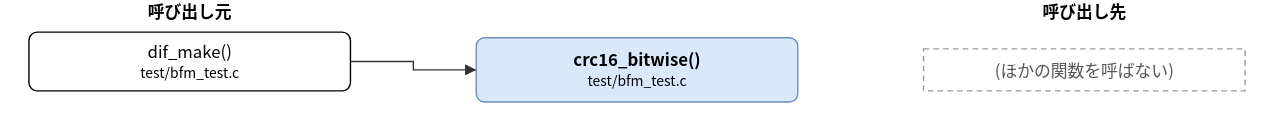
Earlier version of the draw.io export doc/spec/images/call_test_bfm_test-crc16_bitwise.drawio.svg (hf355051012-ai/bfmem). Source tidied: cells renumbered, new cells last; positions are measured from the earlier drawing's top-left corner, leaving out a move shared by most shapes.
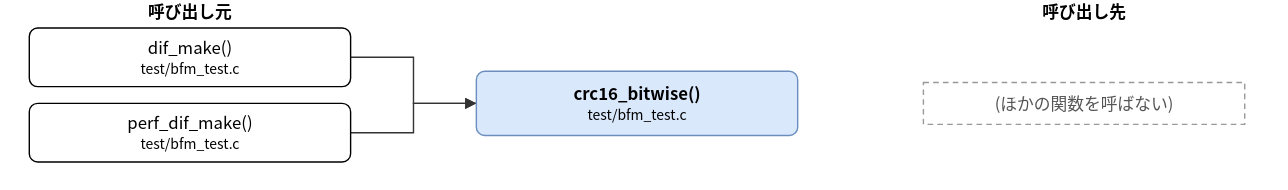
After the commit.

The edit, as a diff of the source:
```diff
@@ -3,22 +3,33 @@
     <mxCell id="0" />
     <mxCell id="1" parent="0" />
     <mxCell id="2" value="crc16_bitwise()&lt;br&gt;&lt;font style=&quot;font-size:10px&quot;&gt;test/bfm_test.c&lt;/font&gt;" style="rounded=1;whiteSpace=wrap;html=1;fillColor=#dae8fc;strokeColor=#6c8ebf;fontStyle=1;" parent="1" vertex="1">
-      <mxGeometry x="320" y="27" width="230" height="46" as="geometry" />
+      <mxGeometry x="320" y="51" width="230" height="46" as="geometry" />
     </mxCell>
     <mxCell id="3" value="dif_make()&lt;br&gt;&lt;font style=&quot;font-size:10px&quot;&gt;test/bfm_test.c&lt;/font&gt;" style="rounded=1;whiteSpace=wrap;html=1;" parent="1" vertex="1">
-      <mxGeometry y="23" width="230" height="42" as="geometry" />
+      <mxGeometry y="20" width="230" height="42" as="geometry" />
     </mxCell>
+    <mxCell id="8" value="perf_dif_make()&lt;br&gt;&lt;font style=&quot;font-size:10px&quot;&gt;test/bfm_test.c&lt;/font&gt;" style="rounded=1;whiteSpace=wrap;html=1;" parent="1" vertex="1">
+      <mxGeometry y="74" width="230" height="42" as="geometry" />
+    </mxCell>
     <mxCell id="4" value="(ほかの関数を呼ばない)" style="rounded=0;whiteSpace=wrap;html=1;dashed=1;strokeColor=#999999;fontColor=#555555;dashed=1;" parent="1" vertex="1">
-      <mxGeometry x="640" y="35" width="230" height="30" as="geometry" />
+      <mxGeometry x="640" y="59" width="230" height="30" as="geometry" />
     </mxCell>
     <mxCell id="5" style="edgeStyle=none;html=1;rounded=0;endArrow=block;endFill=1;exitX=1.0000;exitY=0.5000;exitDx=0;exitDy=0;exitPerimeter=0;entryX=0.0000;entryY=0.5000;entryDx=0;entryDy=0;entryPerimeter=0;" parent="1" edge="1" source="3" target="2">
       <mxGeometry relative="1" as="geometry">
         <Array as="points">
-          <mxPoint x="275" y="44" />
-          <mxPoint x="275" y="50" />
+          <mxPoint x="275" y="41" />
+          <mxPoint x="275" y="74" />
         </Array>
       </mxGeometry>
     </mxCell>
+    <mxCell id="9" style="edgeStyle=none;html=1;rounded=0;endArrow=block;endFill=1;exitX=1.0000;exitY=0.5000;exitDx=0;exitDy=0;exitPerimeter=0;entryX=0.0000;entryY=0.5000;entryDx=0;entryDy=0;entryPerimeter=0;" parent="1" edge="1" source="8" target="2">
+      <mxGeometry relative="1" as="geometry">
+        <Array as="points">
+          <mxPoint x="275" y="95" />
+          <mxPoint x="275" y="74" />
+        </Array>
+      </mxGeometry>
+    </mxCell>
     <mxCell id="6" value="呼び出し元" style="text;html=1;align=center;fontStyle=1;" parent="1" vertex="1">
       <mxGeometry x="35" width="160" height="18" as="geometry" />
     </mxCell>
```
